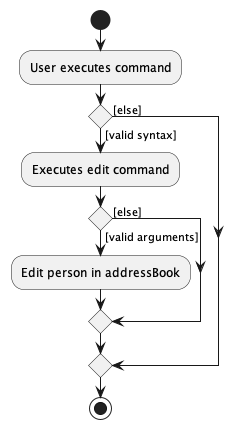
Earlier version of the PlantUML export docs/images/EditCommandActivityDiagram.png (nus-cs2103-AY2223S2/tp).
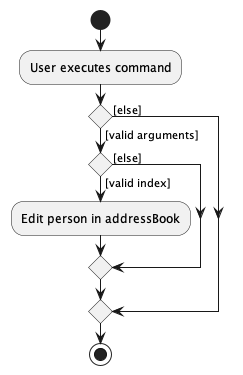
After the change.

The edit, as a diff of the source:
```diff
@@ -3,10 +3,8 @@
 start
 :User executes command;
 
-if() then ([valid syntax])
-    :Executes edit command;
-
-    if() then ([valid arguments])
+if() then ([valid arguments])
+    if() then ([valid index])
         :Edit person in addressBook;
 
     else([else])
```
